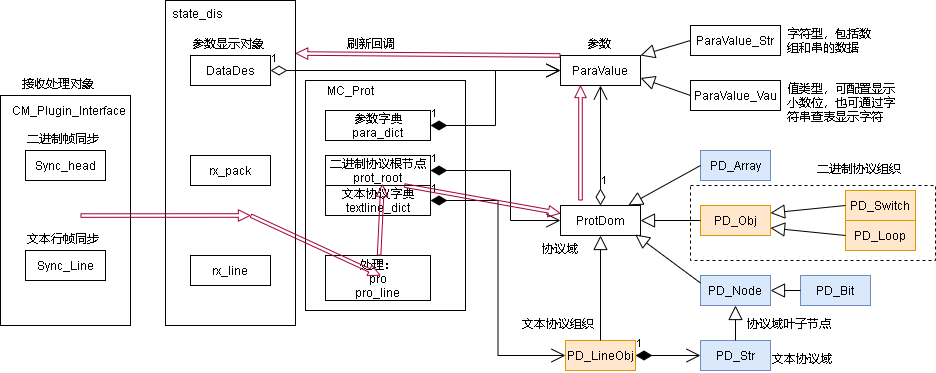
Before: doc/draft/动态协议实现结构.png, a diagram exported from draw.io (yangzigy/com_mc). Source tidied: cells renumbered, new cells last; positions are measured from the earlier drawing's top-left corner, leaving out a move shared by most shapes. Its diagram source:
```xml
<mxGraphModel>
  <root>
    <mxCell id="0" />
    <mxCell id="1" parent="0" />
    <mxCell id="2" style="rounded=0;whiteSpace=wrap;html=1;fillColor=none;" parent="1" vertex="1">
      <mxGeometry x="165" width="130" height="325" as="geometry" />
    </mxCell>
    <mxCell id="3" style="rounded=0;whiteSpace=wrap;html=1;fillColor=none;dashed=1;" parent="1" vertex="1">
      <mxGeometry x="690" y="185" width="245" height="75" as="geometry" />
    </mxCell>
    <mxCell id="4" style="rounded=0;whiteSpace=wrap;html=1;fillColor=none;" parent="1" vertex="1">
      <mxGeometry x="305" y="80" width="160" height="230" as="geometry" />
    </mxCell>
    <mxCell id="5" value="ParaValue" style="rounded=0;whiteSpace=wrap;html=1;" parent="1" vertex="1">
      <mxGeometry x="560" y="55" width="80" height="30" as="geometry" />
    </mxCell>
    <mxCell id="6" value="ParaValue_Str" style="rounded=0;whiteSpace=wrap;html=1;" parent="1" vertex="1">
      <mxGeometry x="690" y="25" width="90" height="30" as="geometry" />
    </mxCell>
    <mxCell id="7" value="ParaValue_Vau" style="rounded=0;whiteSpace=wrap;html=1;" parent="1" vertex="1">
      <mxGeometry x="690" y="80" width="90" height="30" as="geometry" />
    </mxCell>
    <mxCell id="8" value="ProtDom" style="rounded=0;whiteSpace=wrap;html=1;" parent="1" vertex="1">
      <mxGeometry x="560" y="205" width="80" height="30" as="geometry" />
    </mxCell>
    <mxCell id="9" value="PD_Node" style="rounded=0;whiteSpace=wrap;html=1;fillColor=#dae8fc;strokeColor=#6c8ebf;" parent="1" vertex="1">
      <mxGeometry x="700" y="275" width="70" height="30" as="geometry" />
    </mxCell>
    <mxCell id="10" value="协议域叶子节点" style="text;whiteSpace=wrap;html=1;" parent="1" vertex="1">
      <mxGeometry x="745" y="310" width="100" height="25" as="geometry" />
    </mxCell>
    <mxCell id="11" value="PD_Bit" style="rounded=0;whiteSpace=wrap;html=1;fillColor=#dae8fc;strokeColor=#6c8ebf;" parent="1" vertex="1">
      <mxGeometry x="800" y="275" width="70" height="30" as="geometry" />
    </mxCell>
    <mxCell id="12" value="PD_Array" style="rounded=0;whiteSpace=wrap;html=1;fillColor=#dae8fc;strokeColor=#6c8ebf;" parent="1" vertex="1">
      <mxGeometry x="700" y="150" width="70" height="30" as="geometry" />
    </mxCell>
    <mxCell id="13" value="PD_Str" style="rounded=0;whiteSpace=wrap;html=1;fillColor=#dae8fc;strokeColor=#6c8ebf;" parent="1" vertex="1">
      <mxGeometry x="700" y="340" width="70" height="30" as="geometry" />
    </mxCell>
    <mxCell id="14" value="PD_Switch" style="rounded=0;whiteSpace=wrap;html=1;fillColor=#ffe6cc;strokeColor=#d79b00;" parent="1" vertex="1">
      <mxGeometry x="845" y="190" width="70" height="30" as="geometry" />
    </mxCell>
    <mxCell id="15" value="PD_Loop" style="rounded=0;whiteSpace=wrap;html=1;fillColor=#ffe6cc;strokeColor=#d79b00;" parent="1" vertex="1">
      <mxGeometry x="845" y="220" width="70" height="30" as="geometry" />
    </mxCell>
    <mxCell id="16" value="PD_Obj" style="rounded=0;whiteSpace=wrap;html=1;fillColor=#ffe6cc;strokeColor=#d79b00;" parent="1" vertex="1">
      <mxGeometry x="700" y="205" width="70" height="30" as="geometry" />
    </mxCell>
    <mxCell id="17" value="PD_LineObj" style="rounded=0;whiteSpace=wrap;html=1;fillColor=#ffe6cc;strokeColor=#d79b00;" parent="1" vertex="1">
      <mxGeometry x="565" y="340" width="70" height="30" as="geometry" />
    </mxCell>
    <mxCell id="18" value="参数字典&lt;br&gt;para_dict" style="rounded=0;whiteSpace=wrap;html=1;" parent="1" vertex="1">
      <mxGeometry x="325" y="110" width="105" height="30" as="geometry" />
    </mxCell>
    <mxCell id="19" value="MC_Prot" style="text;html=1;align=center;verticalAlign=middle;strokeColor=none;fillColor=none;" parent="1" vertex="1">
      <mxGeometry x="320" y="80" width="60" height="20" as="geometry" />
    </mxCell>
    <mxCell id="20" value="二进制协议根节点&lt;br&gt;prot_root" style="rounded=0;whiteSpace=wrap;html=1;" parent="1" vertex="1">
      <mxGeometry x="325" y="155" width="105" height="30" as="geometry" />
    </mxCell>
    <mxCell id="21" value="文本协议字典&lt;br&gt;textline_dict" style="rounded=0;whiteSpace=wrap;html=1;" parent="1" vertex="1">
      <mxGeometry x="325" y="185" width="105" height="30" as="geometry" />
    </mxCell>
    <mxCell id="22" style="endArrow=block;endSize=12;endFill=0;html=1;rounded=0;entryX=1;entryY=0;entryDx=0;entryDy=0;exitX=0;exitY=0.5;exitDx=0;exitDy=0;" parent="1" edge="1" source="6" target="5">
      <mxGeometry relative="1" as="geometry" />
    </mxCell>
    <mxCell id="23" style="endArrow=block;endSize=12;endFill=0;html=1;rounded=0;entryX=1;entryY=0.75;entryDx=0;entryDy=0;exitX=0;exitY=0.5;exitDx=0;exitDy=0;" parent="1" edge="1" source="7" target="5">
      <mxGeometry x="-0.19" y="-3" relative="1" as="geometry" />
    </mxCell>
    <mxCell id="24" value="参数" style="text;whiteSpace=wrap;html=1;" parent="1" vertex="1">
      <mxGeometry x="585" y="30" width="30" height="25" as="geometry" />
    </mxCell>
    <mxCell id="25" value="字符型，包括数组和串的数据" style="text;whiteSpace=wrap;html=1;" parent="1" vertex="1">
      <mxGeometry x="785" y="20" width="95" height="35" as="geometry" />
    </mxCell>
    <mxCell id="26" value="值类型，可配置显示小数位，也可通过字符串查表显示字符" style="text;whiteSpace=wrap;html=1;" parent="1" vertex="1">
      <mxGeometry x="785" y="75" width="117.5" height="50" as="geometry" />
    </mxCell>
    <mxCell id="27" value="协议域" style="text;whiteSpace=wrap;html=1;" parent="1" vertex="1">
      <mxGeometry x="540" y="235" width="45" height="25" as="geometry" />
    </mxCell>
    <mxCell id="28" style="endArrow=block;endSize=12;endFill=0;html=1;rounded=0;entryX=0.934;entryY=0.967;entryDx=0;entryDy=0;exitX=0;exitY=0.25;exitDx=0;exitDy=0;entryPerimeter=0;" parent="1" edge="1" source="9" target="8">
      <mxGeometry x="-0.19" y="-3" relative="1" as="geometry" />
    </mxCell>
    <mxCell id="29" style="endArrow=block;endSize=12;endFill=0;html=1;rounded=0;exitX=0;exitY=0.5;exitDx=0;exitDy=0;" parent="1" edge="1" source="11" target="9">
      <mxGeometry x="-0.19" y="-3" relative="1" as="geometry" />
    </mxCell>
    <mxCell id="30" style="endArrow=block;endSize=12;endFill=0;html=1;rounded=0;entryX=0.848;entryY=-0.005;entryDx=0;entryDy=0;exitX=0;exitY=0.5;exitDx=0;exitDy=0;entryPerimeter=0;" parent="1" edge="1" source="12" target="8">
      <mxGeometry x="-0.19" y="-3" relative="1" as="geometry" />
    </mxCell>
    <mxCell id="31" style="endArrow=block;endSize=12;endFill=0;html=1;rounded=0;exitX=0;exitY=0.5;exitDx=0;exitDy=0;" parent="1" edge="1" source="16" target="8">
      <mxGeometry x="-0.19" y="-3" relative="1" as="geometry" />
    </mxCell>
    <mxCell id="32" style="endArrow=block;endSize=12;endFill=0;html=1;rounded=0;entryX=0.5;entryY=1;entryDx=0;entryDy=0;exitX=0.5;exitY=0;exitDx=0;exitDy=0;" parent="1" edge="1" source="17" target="8">
      <mxGeometry x="-0.19" y="-3" relative="1" as="geometry" />
    </mxCell>
    <mxCell id="33" style="endArrow=block;endSize=12;endFill=0;html=1;rounded=0;" parent="1" edge="1" source="13" target="9">
      <mxGeometry x="-0.19" y="-3" relative="1" as="geometry" />
    </mxCell>
    <mxCell id="34" style="endArrow=block;endSize=12;endFill=0;html=1;rounded=0;exitX=0;exitY=0.5;exitDx=0;exitDy=0;entryX=1;entryY=0.25;entryDx=0;entryDy=0;" parent="1" edge="1" source="14" target="16">
      <mxGeometry x="-0.19" y="-3" relative="1" as="geometry" />
    </mxCell>
    <mxCell id="35" style="endArrow=block;endSize=12;endFill=0;html=1;rounded=0;exitX=0;exitY=0.5;exitDx=0;exitDy=0;entryX=1;entryY=0.75;entryDx=0;entryDy=0;" parent="1" edge="1" source="15" target="16">
      <mxGeometry x="-0.19" y="-3" relative="1" as="geometry" />
    </mxCell>
    <mxCell id="36" value="1" style="endArrow=open;html=1;endSize=12;startArrow=diamondThin;startSize=14;startFill=1;edgeStyle=orthogonalEdgeStyle;align=left;verticalAlign=bottom;rounded=0;exitX=1;exitY=0.5;exitDx=0;exitDy=0;entryX=0;entryY=0.5;entryDx=0;entryDy=0;" parent="1" edge="1" source="18" target="5">
      <mxGeometry x="-1" y="3" relative="1" as="geometry" />
    </mxCell>
    <mxCell id="37" value="1" style="endArrow=open;html=1;endSize=12;startArrow=diamondThin;startSize=14;startFill=1;edgeStyle=orthogonalEdgeStyle;align=left;verticalAlign=bottom;rounded=0;entryX=0;entryY=0.5;entryDx=0;entryDy=0;" parent="1" edge="1" source="20" target="8">
      <mxGeometry x="-1" y="3" relative="1" as="geometry">
        <Array as="points">
          <mxPoint x="510" y="170" />
          <mxPoint x="510" y="220" />
        </Array>
      </mxGeometry>
    </mxCell>
    <mxCell id="38" value="1" style="endArrow=open;html=1;endSize=12;startArrow=diamondThin;startSize=14;startFill=1;edgeStyle=orthogonalEdgeStyle;align=left;verticalAlign=bottom;rounded=0;entryX=0;entryY=0.5;entryDx=0;entryDy=0;exitX=1;exitY=0.5;exitDx=0;exitDy=0;" parent="1" edge="1" source="21" target="17">
      <mxGeometry x="-1" y="3" relative="1" as="geometry" />
    </mxCell>
    <mxCell id="39" value="文本协议组织" style="text;whiteSpace=wrap;html=1;" parent="1" vertex="1">
      <mxGeometry x="520" y="310" width="75" height="25" as="geometry" />
    </mxCell>
    <mxCell id="40" value="文本协议域" style="text;whiteSpace=wrap;html=1;" parent="1" vertex="1">
      <mxGeometry x="770" y="345" width="70" height="25" as="geometry" />
    </mxCell>
    <mxCell id="41" value="1" style="endArrow=open;html=1;endSize=12;startArrow=diamondThin;startSize=14;startFill=1;edgeStyle=orthogonalEdgeStyle;align=left;verticalAlign=bottom;rounded=0;entryX=0;entryY=0.5;entryDx=0;entryDy=0;exitX=1;exitY=0.5;exitDx=0;exitDy=0;" parent="1" edge="1" source="17" target="13">
      <mxGeometry x="-1" y="3" relative="1" as="geometry" />
    </mxCell>
    <mxCell id="42" value="二进制协议组织" style="text;whiteSpace=wrap;html=1;" parent="1" vertex="1">
      <mxGeometry x="815" y="155" width="95" height="25" as="geometry" />
    </mxCell>
    <mxCell id="43" value="处理：&lt;br&gt;pro&lt;br&gt;pro_line" style="rounded=0;whiteSpace=wrap;html=1;" parent="1" vertex="1">
      <mxGeometry x="325" y="255" width="105" height="45" as="geometry" />
    </mxCell>
    <mxCell id="44" value="1" style="endArrow=open;html=1;endSize=12;startArrow=diamondThin;startSize=14;startFill=0;edgeStyle=orthogonalEdgeStyle;align=left;verticalAlign=bottom;rounded=0;entryX=0.5;entryY=1;entryDx=0;entryDy=0;exitX=0.5;exitY=0;exitDx=0;exitDy=0;" parent="1" edge="1" source="8" target="5">
      <mxGeometry x="-0.74" relative="1" as="geometry" />
    </mxCell>
    <mxCell id="45" value="DataDes" style="rounded=0;whiteSpace=wrap;html=1;" parent="1" vertex="1">
      <mxGeometry x="190" y="55" width="80" height="30" as="geometry" />
    </mxCell>
    <mxCell id="46" value="1" style="endArrow=open;html=1;endSize=12;startArrow=diamondThin;startSize=14;startFill=0;edgeStyle=orthogonalEdgeStyle;align=left;verticalAlign=bottom;rounded=0;entryX=0;entryY=0.5;entryDx=0;entryDy=0;exitX=1;exitY=0.5;exitDx=0;exitDy=0;" parent="1" edge="1" source="45" target="5">
      <mxGeometry x="-1" y="3" relative="1" as="geometry" />
    </mxCell>
    <mxCell id="47" value="参数显示对象" style="text;whiteSpace=wrap;html=1;" parent="1" vertex="1">
      <mxGeometry x="190" y="30" width="80" height="25" as="geometry" />
    </mxCell>
    <mxCell id="48" style="rounded=0;whiteSpace=wrap;html=1;fillColor=none;" parent="1" vertex="1">
      <mxGeometry y="95" width="130" height="230" as="geometry" />
    </mxCell>
    <mxCell id="49" value="CM_Plugin_Interface" style="text;html=1;align=center;verticalAlign=middle;strokeColor=none;fillColor=none;" parent="1" vertex="1">
      <mxGeometry x="5" y="100" width="125" height="20" as="geometry" />
    </mxCell>
    <mxCell id="50" value="Sync_head" style="rounded=0;whiteSpace=wrap;html=1;" parent="1" vertex="1">
      <mxGeometry x="25" y="150" width="80" height="30" as="geometry" />
    </mxCell>
    <mxCell id="51" value="Sync_Line" style="rounded=0;whiteSpace=wrap;html=1;" parent="1" vertex="1">
      <mxGeometry x="25" y="250" width="80" height="30" as="geometry" />
    </mxCell>
    <mxCell id="52" value="接收处理对象" style="text;whiteSpace=wrap;html=1;" parent="1" vertex="1">
      <mxGeometry x="20" y="70" width="80" height="25" as="geometry" />
    </mxCell>
    <mxCell id="53" value="二进制帧同步" style="text;whiteSpace=wrap;html=1;" parent="1" vertex="1">
      <mxGeometry x="25" y="125" width="80" height="25" as="geometry" />
    </mxCell>
    <mxCell id="54" value="文本行帧同步" style="text;whiteSpace=wrap;html=1;" parent="1" vertex="1">
      <mxGeometry x="25" y="225" width="80" height="25" as="geometry" />
    </mxCell>
    <mxCell id="55" value="rx_pack" style="rounded=0;whiteSpace=wrap;html=1;" parent="1" vertex="1">
      <mxGeometry x="190" y="155" width="80" height="30" as="geometry" />
    </mxCell>
    <mxCell id="56" value="rx_line" style="rounded=0;whiteSpace=wrap;html=1;" parent="1" vertex="1">
      <mxGeometry x="190" y="255" width="80" height="30" as="geometry" />
    </mxCell>
    <mxCell id="57" style="shape=flexArrow;endArrow=classic;html=1;rounded=0;endSize=3.5527131782945736;width=3.565891472868217;endWidth=6.855357250165254;fillColor=none;strokeColor=#A50040;exitX=0.615;exitY=0.522;exitDx=0;exitDy=0;exitPerimeter=0;" parent="1" edge="1" source="48">
      <mxGeometry relative="1" as="geometry">
        <mxPoint x="250" y="215" as="targetPoint" />
      </mxGeometry>
    </mxCell>
    <mxCell id="58" style="shape=flexArrow;endArrow=classic;html=1;rounded=0;endSize=3.5527131782945736;width=3.565891472868217;endWidth=6.855357250165254;fillColor=none;strokeColor=#A50040;entryX=0.524;entryY=0.444;entryDx=0;entryDy=0;entryPerimeter=0;" parent="1" edge="1" target="43">
      <mxGeometry relative="1" as="geometry">
        <mxPoint x="250" y="215" as="sourcePoint" />
      </mxGeometry>
    </mxCell>
    <mxCell id="59" style="shape=flexArrow;endArrow=classic;html=1;rounded=0;endSize=3.5527131782945736;width=3.565891472868217;endWidth=6.855357250165254;fillColor=none;strokeColor=#A50040;entryX=0.543;entryY=0.96;entryDx=0;entryDy=0;entryPerimeter=0;" parent="1" edge="1" source="43" target="20">
      <mxGeometry relative="1" as="geometry" />
    </mxCell>
    <mxCell id="60" style="shape=flexArrow;endArrow=classic;html=1;rounded=0;endSize=3.5527131782945736;width=3.565891472868217;endWidth=6.855357250165254;fillColor=none;strokeColor=#A50040;exitX=0.75;exitY=0;exitDx=0;exitDy=0;" parent="1" edge="1" source="21" target="8">
      <mxGeometry relative="1" as="geometry" />
    </mxCell>
    <mxCell id="61" style="shape=flexArrow;endArrow=classic;html=1;rounded=0;endSize=3.5527131782945736;width=3.565891472868217;endWidth=6.855357250165254;fillColor=none;strokeColor=#A50040;entryX=0.25;entryY=1;entryDx=0;entryDy=0;" parent="1" edge="1" target="5">
      <mxGeometry relative="1" as="geometry">
        <mxPoint x="580" y="200" as="sourcePoint" />
      </mxGeometry>
    </mxCell>
    <mxCell id="62" style="shape=flexArrow;endArrow=classic;html=1;rounded=0;endSize=3.5527131782945736;width=3.565891472868217;endWidth=6.855357250165254;fillColor=none;strokeColor=#A50040;entryX=1.001;entryY=0.163;entryDx=0;entryDy=0;exitX=0;exitY=0;exitDx=0;exitDy=0;entryPerimeter=0;" parent="1" edge="1" source="5" target="2">
      <mxGeometry relative="1" as="geometry" />
    </mxCell>
    <mxCell id="63" value="state_dis" style="text;whiteSpace=wrap;html=1;" parent="1" vertex="1">
      <mxGeometry x="170" width="80" height="25" as="geometry" />
    </mxCell>
    <mxCell id="64" value="刷新回调" style="text;whiteSpace=wrap;html=1;" parent="1" vertex="1">
      <mxGeometry x="345" y="30" width="80" height="25" as="geometry" />
    </mxCell>
  </root>
</mxGraphModel>
```
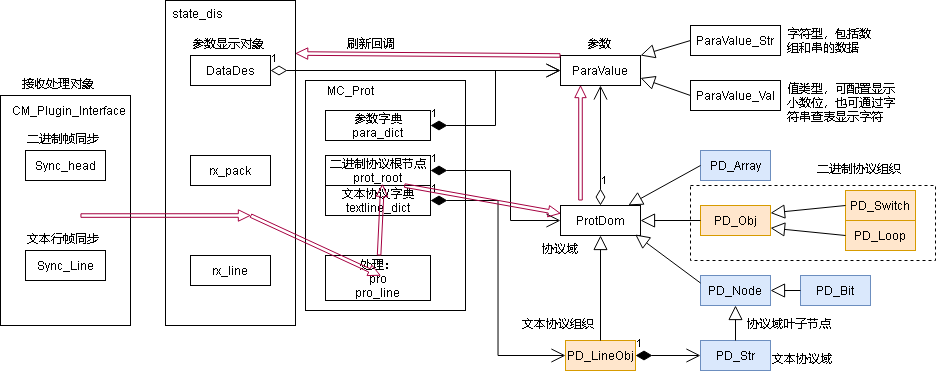
Later version of the same file.

Change to the diagram source:
```diff
@@ -17,7 +17,7 @@
     <mxCell id="6" value="ParaValue_Str" style="rounded=0;whiteSpace=wrap;html=1;" parent="1" vertex="1">
       <mxGeometry x="690" y="25" width="90" height="30" as="geometry" />
     </mxCell>
-    <mxCell id="7" value="ParaValue_Vau" style="rounded=0;whiteSpace=wrap;html=1;" parent="1" vertex="1">
+    <mxCell id="7" value="ParaValue_Val" style="rounded=0;whiteSpace=wrap;html=1;" parent="1" vertex="1">
       <mxGeometry x="690" y="80" width="90" height="30" as="geometry" />
     </mxCell>
     <mxCell id="8" value="ProtDom" style="rounded=0;whiteSpace=wrap;html=1;" parent="1" vertex="1">
```
